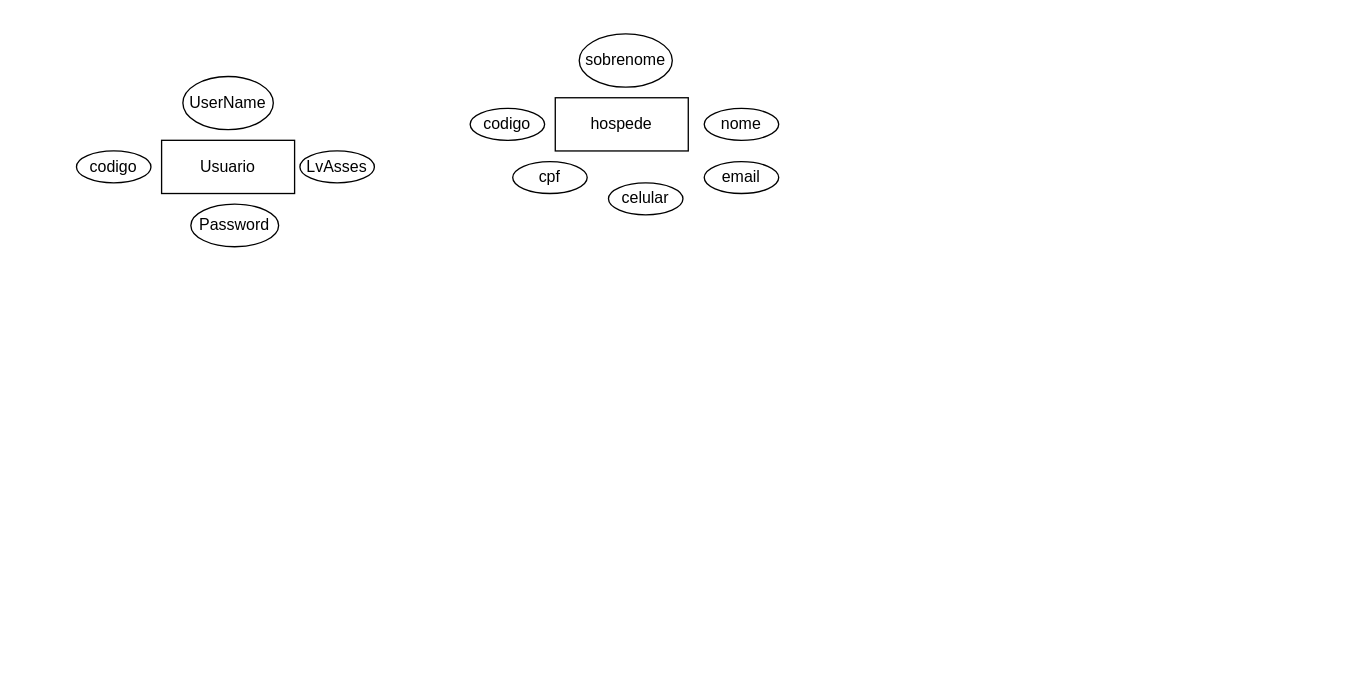
Above: Diagrama sem nome.drawio in pedroabcbr/CSharp-Aprendizagem (draw.io), before the change. Source tidied: cells renumbered, new cells numbered last; positions are measured from the earlier drawing's top-left corner, leaving out a move shared by most shapes. Both pictures are drawn from the tidied source at 133%, with x=0, y=0 at pixel (76, 33).
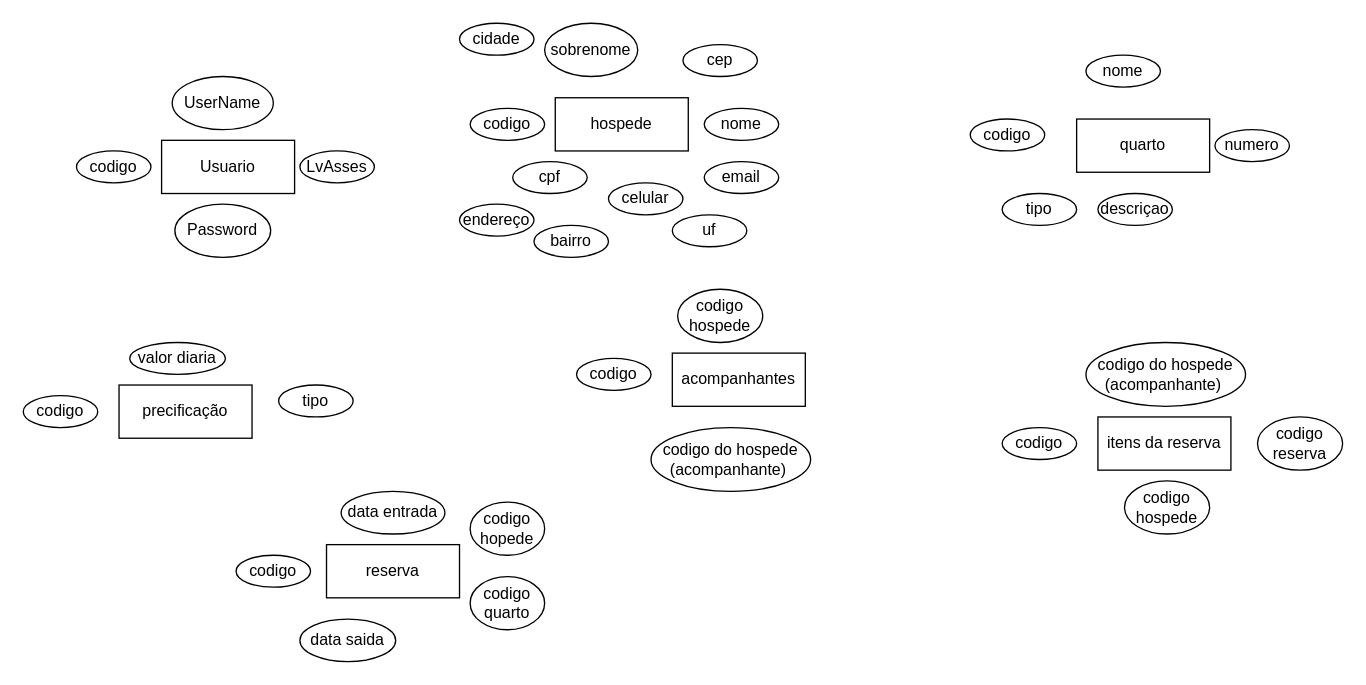
The same diagram, later.

Change to the diagram source:
```diff
@@
     <mxCell id="4" value="UserName" style="ellipse;whiteSpace=wrap;html=1;align=center;" parent="1" vertex="1">
-      <mxGeometry x="80" y="32" width="68" height="40" as="geometry" />
+      <mxGeometry x="72" y="32" width="76" height="40" as="geometry" />
     </mxCell>
     <mxCell id="5" value="Password" style="ellipse;whiteSpace=wrap;html=1;align=center;" parent="1" vertex="1">
-      <mxGeometry x="86" y="128" width="66" height="32" as="geometry" />
+      <mxGeometry x="74" y="128" width="72" height="40" as="geometry" />
     </mxCell>
@@
     <mxCell id="9" value="sobrenome" style="ellipse;whiteSpace=wrap;html=1;align=center;" parent="1" vertex="1">
-      <mxGeometry x="378" width="70" height="40" as="geometry" />
+      <mxGeometry x="352" y="-8" width="70" height="40" as="geometry" />
     </mxCell>
@@
+    <mxCell id="14" value="endereço" style="ellipse;whiteSpace=wrap;html=1;align=center;" parent="1" vertex="1">
+      <mxGeometry x="288" y="128" width="56" height="24" as="geometry" />
+    </mxCell>
+    <mxCell id="15" value="cep" style="ellipse;whiteSpace=wrap;html=1;align=center;" parent="1" vertex="1">
+      <mxGeometry x="456" y="8" width="56" height="24" as="geometry" />
+    </mxCell>
+    <mxCell id="16" value="bairro" style="ellipse;whiteSpace=wrap;html=1;align=center;" parent="1" vertex="1">
+      <mxGeometry x="344" y="144" width="56" height="24" as="geometry" />
+    </mxCell>
+    <mxCell id="17" value="cidade" style="ellipse;whiteSpace=wrap;html=1;align=center;" parent="1" vertex="1">
+      <mxGeometry x="288" y="-8" width="56" height="24" as="geometry" />
+    </mxCell>
+    <mxCell id="18" value="uf" style="ellipse;whiteSpace=wrap;html=1;align=center;" parent="1" vertex="1">
+      <mxGeometry x="448" y="136" width="56" height="24" as="geometry" />
+    </mxCell>
+    <mxCell id="19" value="quarto" style="whiteSpace=wrap;html=1;align=center;" parent="1" vertex="1">
+      <mxGeometry x="752" y="64" width="100" height="40" as="geometry" />
+    </mxCell>
+    <mxCell id="20" value="descriçao" style="ellipse;whiteSpace=wrap;html=1;align=center;" parent="1" vertex="1">
+      <mxGeometry x="768" y="120" width="56" height="24" as="geometry" />
+    </mxCell>
+    <mxCell id="21" value="tipo" style="ellipse;whiteSpace=wrap;html=1;align=center;" parent="1" vertex="1">
+      <mxGeometry x="696" y="120" width="56" height="24" as="geometry" />
+    </mxCell>
+    <mxCell id="22" value="nome" style="ellipse;whiteSpace=wrap;html=1;align=center;" parent="1" vertex="1">
+      <mxGeometry x="759" y="16" width="56" height="24" as="geometry" />
+    </mxCell>
+    <mxCell id="23" value="codigo" style="ellipse;whiteSpace=wrap;html=1;align=center;" parent="1" vertex="1">
+      <mxGeometry x="672" y="64" width="56" height="24" as="geometry" />
+    </mxCell>
+    <mxCell id="24" value="numero" style="ellipse;whiteSpace=wrap;html=1;align=center;" parent="1" vertex="1">
+      <mxGeometry x="856" y="72" width="56" height="24" as="geometry" />
+    </mxCell>
+    <mxCell id="25" style="edgeStyle=orthogonalEdgeStyle;rounded=0;orthogonalLoop=1;jettySize=auto;html=1;exitX=0.5;exitY=1;exitDx=0;exitDy=0;" parent="1" edge="1" source="17" target="17">
+      <mxGeometry relative="1" as="geometry" />
+    </mxCell>
+    <mxCell id="26" value="precificação" style="whiteSpace=wrap;html=1;align=center;" parent="1" vertex="1">
+      <mxGeometry x="32" y="264" width="100" height="40" as="geometry" />
+    </mxCell>
+    <mxCell id="27" value="codigo" style="ellipse;whiteSpace=wrap;html=1;align=center;" parent="1" vertex="1">
+      <mxGeometry x="-40" y="272" width="56" height="24" as="geometry" />
+    </mxCell>
+    <mxCell id="28" value="valor diaria" style="ellipse;whiteSpace=wrap;html=1;align=center;" parent="1" vertex="1">
+      <mxGeometry x="40" y="232" width="72" height="24" as="geometry" />
+    </mxCell>
+    <mxCell id="29" value="codigo" style="ellipse;whiteSpace=wrap;html=1;align=center;" parent="1" vertex="1">
+      <mxGeometry x="120" y="392" width="56" height="24" as="geometry" />
+    </mxCell>
+    <mxCell id="30" value="reserva" style="whiteSpace=wrap;html=1;align=center;" parent="1" vertex="1">
+      <mxGeometry x="188" y="384" width="100" height="40" as="geometry" />
+    </mxCell>
+    <mxCell id="31" value="tipo" style="ellipse;whiteSpace=wrap;html=1;align=center;" parent="1" vertex="1">
+      <mxGeometry x="152" y="264" width="56" height="24" as="geometry" />
+    </mxCell>
+    <mxCell id="32" value="data entrada" style="ellipse;whiteSpace=wrap;html=1;align=center;" parent="1" vertex="1">
+      <mxGeometry x="199" y="344" width="78" height="32" as="geometry" />
+    </mxCell>
+    <mxCell id="33" value="data saida" style="ellipse;whiteSpace=wrap;html=1;align=center;" parent="1" vertex="1">
+      <mxGeometry x="168" y="440" width="72" height="32" as="geometry" />
+    </mxCell>
+    <mxCell id="34" value="codigo quarto" style="ellipse;whiteSpace=wrap;html=1;align=center;" parent="1" vertex="1">
+      <mxGeometry x="296" y="408" width="56" height="40" as="geometry" />
+    </mxCell>
+    <mxCell id="35" value="codigo hopede" style="ellipse;whiteSpace=wrap;html=1;align=center;" parent="1" vertex="1">
+      <mxGeometry x="296" y="352" width="56" height="40" as="geometry" />
+    </mxCell>
+    <mxCell id="36" value="itens da reserva" style="whiteSpace=wrap;html=1;align=center;" parent="1" vertex="1">
+      <mxGeometry x="768" y="288" width="100" height="40" as="geometry" />
+    </mxCell>
+    <mxCell id="37" value="codigo reserva" style="ellipse;whiteSpace=wrap;html=1;align=center;" parent="1" vertex="1">
+      <mxGeometry x="888" y="288" width="64" height="40" as="geometry" />
+    </mxCell>
+    <mxCell id="38" value="codigo" style="ellipse;whiteSpace=wrap;html=1;align=center;" parent="1" vertex="1">
+      <mxGeometry x="696" y="296" width="56" height="24" as="geometry" />
+    </mxCell>
+    <mxCell id="39" value="codigo do hospede&lt;div&gt;(acompanhante)&amp;nbsp;&lt;/div&gt;" style="ellipse;whiteSpace=wrap;html=1;align=center;" parent="1" vertex="1">
+      <mxGeometry x="759" y="232" width="120" height="48" as="geometry" />
+    </mxCell>
+    <mxCell id="40" value="codigo hospede" style="ellipse;whiteSpace=wrap;html=1;align=center;" parent="1" vertex="1">
+      <mxGeometry x="788" y="336" width="64" height="40" as="geometry" />
+    </mxCell>
+    <mxCell id="41" value="acompanhantes" style="whiteSpace=wrap;html=1;align=center;" parent="1" vertex="1">
+      <mxGeometry x="448" y="240" width="100" height="40" as="geometry" />
+    </mxCell>
+    <mxCell id="42" value="codigo" style="ellipse;whiteSpace=wrap;html=1;align=center;" parent="1" vertex="1">
+      <mxGeometry x="376" y="244" width="56" height="24" as="geometry" />
+    </mxCell>
+    <mxCell id="43" value="codigo hospede" style="ellipse;whiteSpace=wrap;html=1;align=center;" parent="1" vertex="1">
+      <mxGeometry x="452" y="192" width="64" height="40" as="geometry" />
+    </mxCell>
+    <mxCell id="44" value="codigo do hospede&lt;div&gt;(acompanhante)&amp;nbsp;&lt;/div&gt;" style="ellipse;whiteSpace=wrap;html=1;align=center;" parent="1" vertex="1">
+      <mxGeometry x="432" y="296" width="120" height="48" as="geometry" />
+    </mxCell>
```
